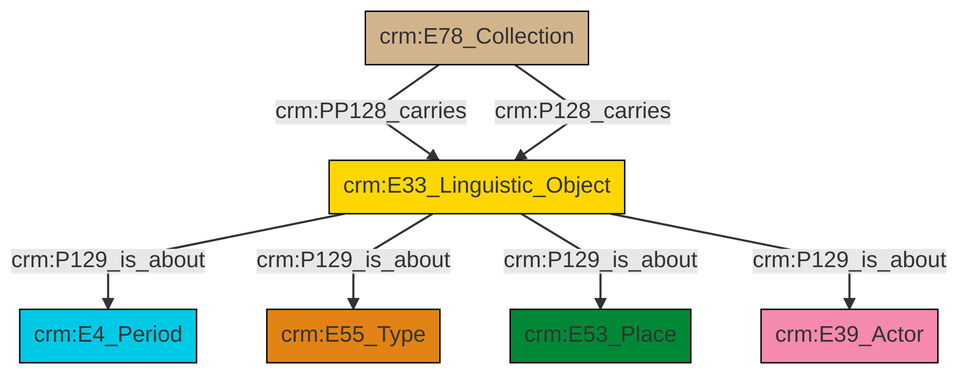
Before: et/archivalCSV/ttl/mmd/png/archival_aboutness.png, a diagram exported from Mermaid (swiss-art-research-net/docs.swissartresearch). Its source is kept beside it as et/archivalCSV/ttl/mmd/archival_aboutness.ttl.mmd.
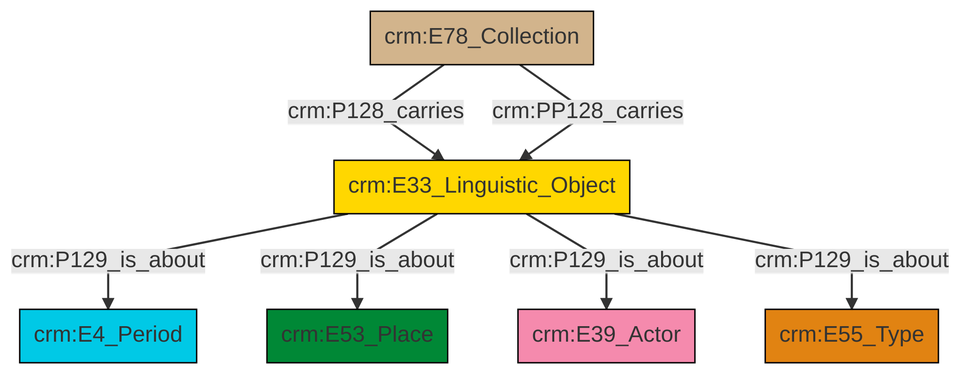
The same file after the commit.

What changed in the source:
```diff
@@ -13,9 +13,9 @@
 classDef PC_Classes fill:#4ce600, stroke:#000000;
 classDef Multi fill:#cccccc,stroke:#000000;
 
-2["crm:E33_Linguistic_Object"]:::Conceptual_Object -->|crm:P129_is_about| 0["crm:E4_Period"]:::Temporal_Entity
-3["crm:E78_Collection"]:::Physical_Thing -->|crm:PP128_carries| 2["crm:E33_Linguistic_Object"]:::Conceptual_Object
-2["crm:E33_Linguistic_Object"]:::Conceptual_Object -->|crm:P129_is_about| 8["crm:E55_Type"]:::Type
-2["crm:E33_Linguistic_Object"]:::Conceptual_Object -->|crm:P129_is_about| 6["crm:E53_Place"]:::Place
-2["crm:E33_Linguistic_Object"]:::Conceptual_Object -->|crm:P129_is_about| 4["crm:E39_Actor"]:::Actor
-3["crm:E78_Collection"]:::Physical_Thing -->|crm:P128_carries| 2["crm:E33_Linguistic_Object"]:::Conceptual_Object
+2["crm:E33_Linguistic_Object"]:::Conceptual_Object -->|crm:P129_is_about| 3["crm:E4_Period"]:::Temporal_Entity
+4["crm:E78_Collection"]:::Physical_Thing -->|crm:P128_carries| 2["crm:E33_Linguistic_Object"]:::Conceptual_Object
+2["crm:E33_Linguistic_Object"]:::Conceptual_Object -->|crm:P129_is_about| 5["crm:E53_Place"]:::Place
+2["crm:E33_Linguistic_Object"]:::Conceptual_Object -->|crm:P129_is_about| 9["crm:E39_Actor"]:::Actor
+2["crm:E33_Linguistic_Object"]:::Conceptual_Object -->|crm:P129_is_about| 0["crm:E55_Type"]:::Type
+4["crm:E78_Collection"]:::Physical_Thing -->|crm:PP128_carries| 2["crm:E33_Linguistic_Object"]:::Conceptual_Object
```
